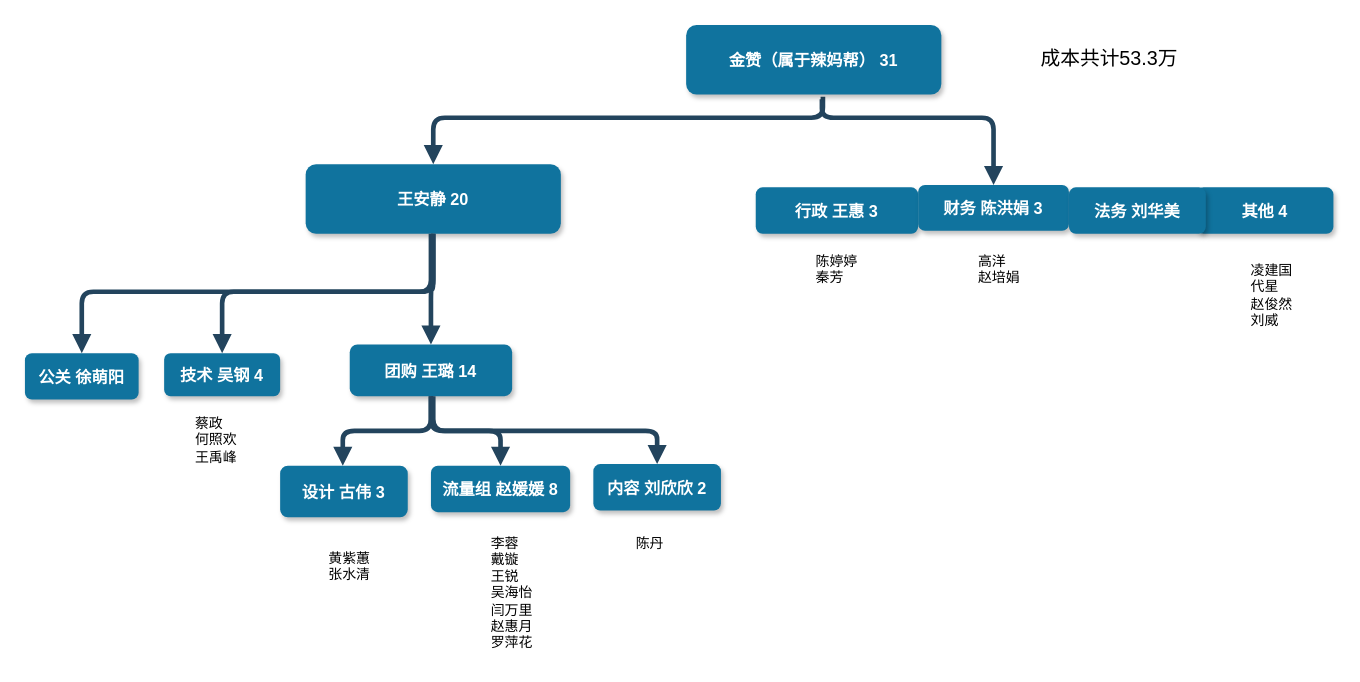
This is page "新公司" (2 of 2) of reorg-2021Feb.drawio from wholehope/diagram, a draw.io file, before an edit. Source tidied: cells renumbered, new cells numbered last; positions are measured from the earlier drawing's top-left corner, leaving out a move shared by most shapes. Both pictures are drawn from the tidied source at 116%, with x=0, y=0 at pixel (24, 24).
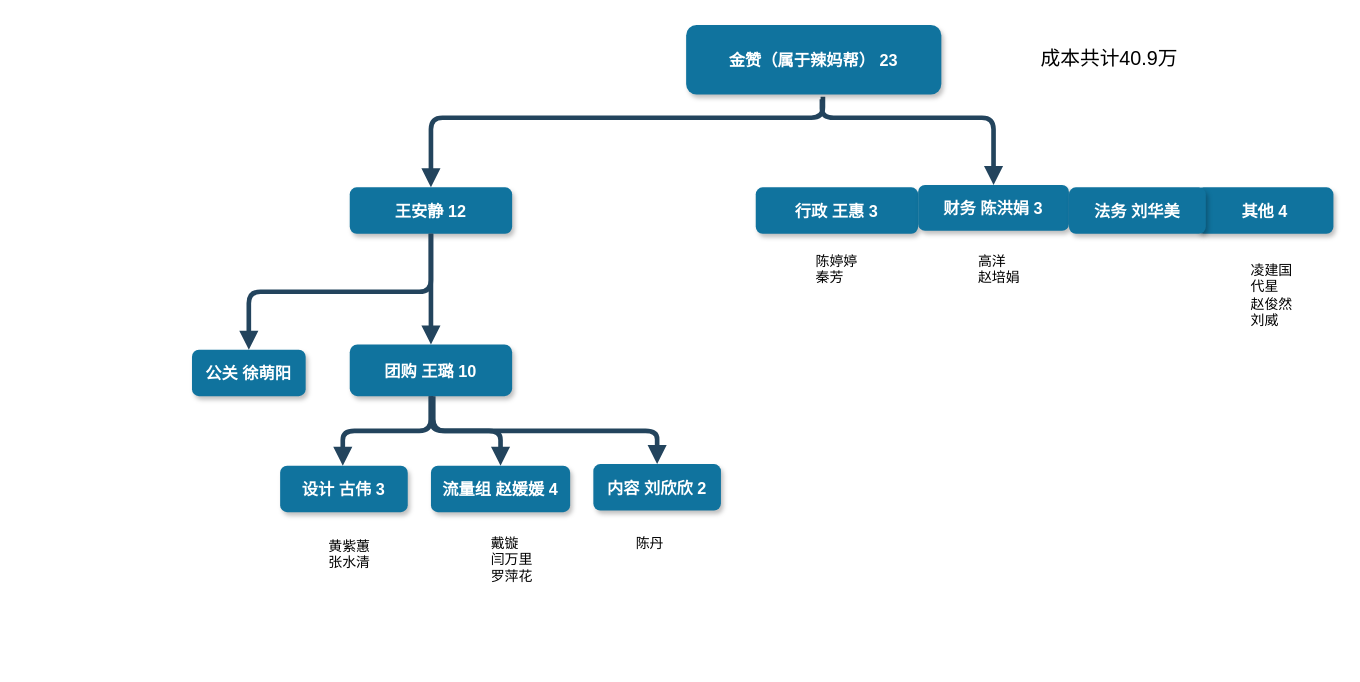
The same diagram, later.

What changed in the source:
```diff
@@
-    <mxCell id="2" value="王安静 20" style="rounded=1;fillColor=#10739E;strokeColor=none;shadow=1;gradientColor=none;fontStyle=1;fontColor=#FFFFFF;fontSize=14;" parent="1" vertex="1">
-      <mxGeometry x="242" y="120" width="220" height="60" as="geometry" />
+    <mxCell id="2" value="王安静 12" style="rounded=1;fillColor=#10739E;strokeColor=none;shadow=1;gradientColor=none;fontStyle=1;fontColor=#FFFFFF;fontSize=14;" parent="1" vertex="1">
+      <mxGeometry x="280" y="140" width="140" height="40" as="geometry" />
     </mxCell>
-    <mxCell id="3" value="团购 王璐 14" style="rounded=1;fillColor=#10739E;strokeColor=none;shadow=1;gradientColor=none;fontStyle=1;fontColor=#FFFFFF;fontSize=14;" parent="1" vertex="1">
+    <mxCell id="3" value="团购 王璐 10" style="rounded=1;fillColor=#10739E;strokeColor=none;shadow=1;gradientColor=none;fontStyle=1;fontColor=#FFFFFF;fontSize=14;" parent="1" vertex="1">
       <mxGeometry x="280" y="275.5" width="140" height="44.5" as="geometry" />
     </mxCell>
@@
-    <mxCell id="7" value="流量组 赵媛媛 8" style="rounded=1;fillColor=#10739E;strokeColor=none;shadow=1;gradientColor=none;fontStyle=1;fontColor=#FFFFFF;fontSize=14;" parent="1" vertex="1">
+    <mxCell id="7" value="流量组 赵媛媛 4" style="rounded=1;fillColor=#10739E;strokeColor=none;shadow=1;gradientColor=none;fontStyle=1;fontColor=#FFFFFF;fontSize=14;" parent="1" vertex="1">
       <mxGeometry x="350" y="380" width="120" height="40" as="geometry" />
     </mxCell>
@@
-    <mxCell id="9" value="技术 吴钢 4" style="rounded=1;fillColor=#10739E;strokeColor=none;shadow=1;gradientColor=none;fontStyle=1;fontColor=#FFFFFF;fontSize=14;" parent="1" vertex="1">
-      <mxGeometry x="120" y="283" width="100" height="37" as="geometry" />
-    </mxCell>
     <mxCell id="10" value="公关 徐萌阳" style="rounded=1;fillColor=#10739E;strokeColor=none;shadow=1;gradientColor=none;fontStyle=1;fontColor=#FFFFFF;fontSize=14;" parent="1" vertex="1">
-      <mxGeometry y="283" width="98" height="40" as="geometry" />
+      <mxGeometry x="144" y="280" width="98" height="40" as="geometry" />
     </mxCell>
@@
-    <mxCell id="14" value="李蓉&lt;br&gt;戴镟&lt;br&gt;王锐&lt;br&gt;吴海怡&lt;br&gt;闫万里&lt;br&gt;赵惠月&lt;br&gt;罗萍花" style="text;whiteSpace=wrap;html=1;" parent="1" vertex="1">
-      <mxGeometry x="400" y="432.8" width="52" height="117.2" as="geometry" />
+    <mxCell id="14" value="戴镟&lt;br&gt;闫万里&lt;br&gt;罗萍花" style="text;whiteSpace=wrap;html=1;" parent="1" vertex="1">
+      <mxGeometry x="400" y="432.8" width="40" height="67.2" as="geometry" />
     </mxCell>
-    <mxCell id="15" value="蔡政&lt;br&gt;何照欢&lt;br&gt;王禹峰" style="text;whiteSpace=wrap;html=1;" parent="1" vertex="1">
-      <mxGeometry x="145" y="330" width="50" height="58.6" as="geometry" />
-    </mxCell>
@@
-    <mxCell id="19" style="edgeStyle=elbowEdgeStyle;elbow=vertical;strokeWidth=4;endArrow=block;endFill=1;fontStyle=1;strokeColor=#23445D;entryX=0.5;entryY=0;entryDx=0;entryDy=0;" parent="1" edge="1" target="9">
-      <mxGeometry x="170" y="125.5" as="geometry">
-        <mxPoint x="350" y="180" as="sourcePoint" />
-        <Array as="points">
-          <mxPoint x="810" y="230" />
-        </Array>
-      </mxGeometry>
-    </mxCell>
@@
     <mxCell id="23" value="设计 古伟 3" style="rounded=1;fillColor=#10739E;strokeColor=none;shadow=1;gradientColor=none;fontStyle=1;fontColor=#FFFFFF;fontSize=14;" parent="1" vertex="1">
-      <mxGeometry x="220" y="380" width="110" height="44.5" as="geometry" />
+      <mxGeometry x="220" y="380" width="110" height="40" as="geometry" />
     </mxCell>
     <mxCell id="24" value="黄紫蕙&lt;br&gt;张水清" style="text;whiteSpace=wrap;html=1;" parent="1" vertex="1">
-      <mxGeometry x="260" y="445.7" width="60" height="30" as="geometry" />
+      <mxGeometry x="260" y="435.5" width="60" height="30" as="geometry" />
     </mxCell>
@@
-    <mxCell id="27" value="金赞（属于辣妈帮） 31" style="rounded=1;fillColor=#10739E;strokeColor=none;shadow=1;gradientColor=none;fontStyle=1;fontColor=#FFFFFF;fontSize=14;" parent="1" vertex="1">
+    <mxCell id="27" value="金赞（属于辣妈帮） 23" style="rounded=1;fillColor=#10739E;strokeColor=none;shadow=1;gradientColor=none;fontStyle=1;fontColor=#FFFFFF;fontSize=14;" parent="1" vertex="1">
       <mxGeometry x="570" width="220" height="60" as="geometry" />
     </mxCell>
@@
-    <mxCell id="31" value="成本共计53.3万" style="text;html=1;strokeColor=none;fillColor=none;align=center;verticalAlign=middle;whiteSpace=wrap;rounded=0;strokeWidth=6;fontSize=17;" parent="1" vertex="1">
+    <mxCell id="31" value="成本共计40.9万" style="text;html=1;strokeColor=none;fillColor=none;align=center;verticalAlign=middle;whiteSpace=wrap;rounded=0;strokeWidth=6;fontSize=17;" parent="1" vertex="1">
       <mxGeometry x="840" y="20" width="190" height="20" as="geometry" />
     </mxCell>
```
